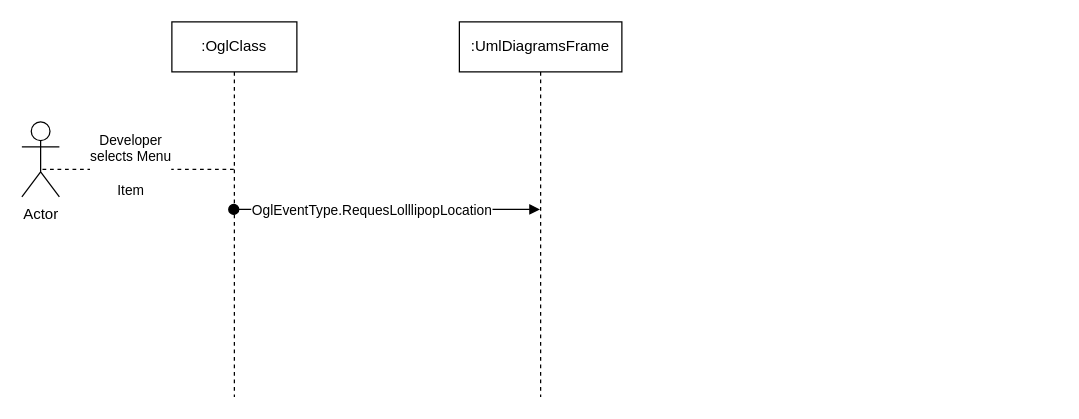
hasii2011/ogl keeps this draw.io diagram as developer/CreateLollipopInterface.drawio. Above is the earlier version. Source tidied: cells renumbered, new cells numbered last; positions are measured from the earlier drawing's top-left corner, leaving out a move shared by most shapes. Both pictures are drawn from the tidied source at 125%, with x=0, y=0 at pixel (21, 21).
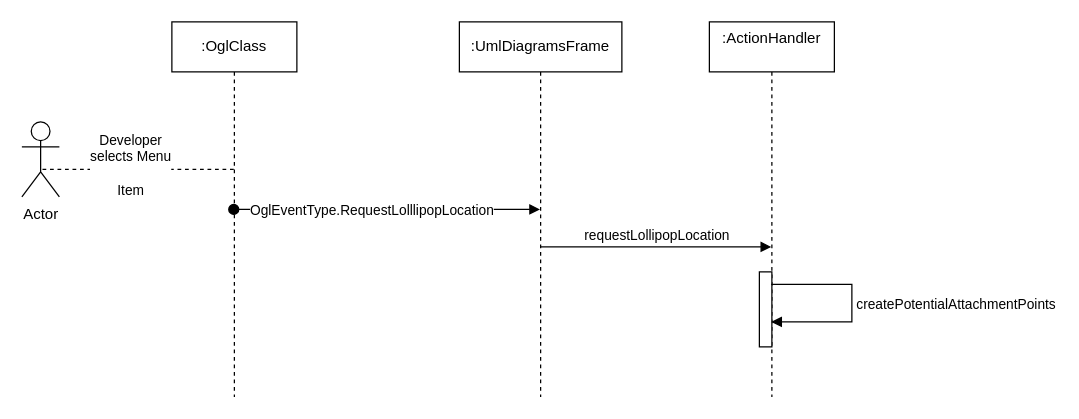
The same diagram, later.

The edit, as a diff of the source:
```diff
@@
 <mxGraphModel>
   <root>
     <mxCell id="0" />
     <mxCell id="1" parent="0" />
     <mxCell id="2" value=":OglClass" style="shape=umlLifeline;perimeter=lifelinePerimeter;whiteSpace=wrap;html=1;outlineConnect=0;portConstraint=eastwest;newEdgeStyle={&quot;curved&quot;:0,&quot;rounded&quot;:0};" parent="1" vertex="1">
       <mxGeometry x="120" width="100" height="300" as="geometry" />
     </mxCell>
     <mxCell id="3" value="Actor" style="shape=umlActor;verticalLabelPosition=bottom;verticalAlign=top;html=1;" parent="1" vertex="1">
       <mxGeometry y="80" width="30" height="60" as="geometry" />
     </mxCell>
     <mxCell id="4" style="endArrow=none;dashed=1;html=1;rounded=0;entryX=0.5;entryY=0.633;entryDx=0;entryDy=0;entryPerimeter=0;" parent="1" edge="1" source="2" target="3">
       <mxGeometry relative="1" as="geometry" />
     </mxCell>
     <mxCell id="5" value="Developer&lt;div&gt;selects Menu&lt;/div&gt;&lt;div&gt;&lt;br&gt;&lt;/div&gt;&lt;div&gt;Item&lt;/div&gt;" style="edgeLabel;html=1;align=center;verticalAlign=middle;" parent="4" vertex="1">
       <mxGeometry x="0.09" y="-3" relative="1" as="geometry">
         <mxPoint x="1" as="offset" />
       </mxGeometry>
     </mxCell>
     <mxCell id="6" value=":UmlDiagramsFrame" style="shape=umlLifeline;perimeter=lifelinePerimeter;whiteSpace=wrap;html=1;outlineConnect=0;portConstraint=eastwest;newEdgeStyle={&quot;curved&quot;:0,&quot;rounded&quot;:0};" parent="1" vertex="1">
       <mxGeometry x="350" width="130" height="300" as="geometry" />
     </mxCell>
     <mxCell id="7" style="html=1;verticalAlign=bottom;startArrow=oval;startFill=1;endArrow=block;startSize=8;curved=0;rounded=0;" parent="1" edge="1" source="2" target="6">
       <mxGeometry x="0.03" y="10" relative="1" as="geometry">
         <mxPoint x="1" as="offset" />
       </mxGeometry>
     </mxCell>
-    <mxCell id="8" value="OglEventType.RequesLolllipopLocation" style="edgeLabel;html=1;align=center;verticalAlign=middle;" parent="7" vertex="1">
+    <mxCell id="8" value="OglEventType.RequestLolllipopLocation" style="edgeLabel;html=1;align=center;verticalAlign=middle;" parent="7" vertex="1">
       <mxGeometry x="-0.1" y="-2" relative="1" as="geometry">
         <mxPoint y="-2" as="offset" />
       </mxGeometry>
     </mxCell>
+    <mxCell id="9" value=":ActionHandler&lt;div&gt;&lt;br&gt;&lt;/div&gt;" style="shape=umlLifeline;perimeter=lifelinePerimeter;whiteSpace=wrap;html=1;outlineConnect=0;portConstraint=eastwest;newEdgeStyle={&quot;curved&quot;:0,&quot;rounded&quot;:0};" parent="1" vertex="1">
+      <mxGeometry x="550" width="100" height="300" as="geometry" />
+    </mxCell>
+    <mxCell id="10" style="html=1;perimeter=orthogonalPerimeter;targetShapes=umlLifeline;newEdgeStyle={&quot;curved&quot;:0,&quot;rounded&quot;:0};" parent="9" vertex="1">
+      <mxGeometry x="40" y="200" width="10" height="60" as="geometry" />
+    </mxCell>
+    <mxCell id="11" value="requestLollipopLocation" style="html=1;verticalAlign=bottom;endArrow=block;curved=0;rounded=0;" parent="1" edge="1" source="6" target="9">
+      <mxGeometry relative="1" as="geometry">
+        <Array as="points">
+          <mxPoint x="520" y="180" />
+        </Array>
+      </mxGeometry>
+    </mxCell>
+    <mxCell id="12" value="createPotentialAttachmentPoints" style="html=1;align=left;spacingLeft=2;endArrow=block;rounded=0;edgeStyle=orthogonalEdgeStyle;curved=0;rounded=0;" parent="1" edge="1" source="9" target="9">
+      <mxGeometry relative="1" as="geometry">
+        <Array as="points">
+          <mxPoint x="664" y="210" />
+          <mxPoint x="664" y="240" />
+        </Array>
+      </mxGeometry>
+    </mxCell>
   </root>
 </mxGraphModel>
```
